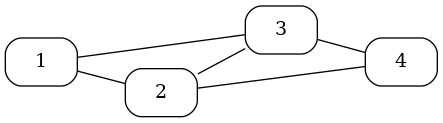
esgalimov/graph keeps this Graphviz diagram as dumps/dump.png. Above is the earlier version. Its source is kept beside it as dumps/dump.dot. Source of this version:
```dot
graph
{
  rankdir=LR;
    node_1[shape = Mrecord, label = "1"];
    node_2[shape = Mrecord, label = "2"];
    node_3[shape = Mrecord, label = "3"];
    node_4[shape = Mrecord, label = "4"];
    node_1--node_2;
    node_1--node_3;
    node_2--node_3;
    node_2--node_4;
    node_3--node_4;
}
```
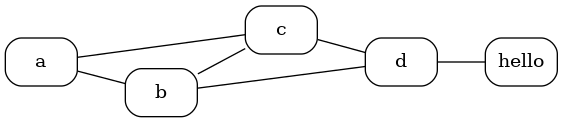
The same file after the commit.

Change to the diagram source:
```diff
@@ -1,13 +1,15 @@
 graph
 {
   rankdir=LR;
-    node_1[shape = Mrecord, label = "1"];
-    node_2[shape = Mrecord, label = "2"];
-    node_3[shape = Mrecord, label = "3"];
-    node_4[shape = Mrecord, label = "4"];
-    node_1--node_2;
-    node_1--node_3;
-    node_2--node_3;
-    node_2--node_4;
-    node_3--node_4;
+    node_a[shape = Mrecord, label = "a"];
+    node_b[shape = Mrecord, label = "b"];
+    node_c[shape = Mrecord, label = "c"];
+    node_d[shape = Mrecord, label = "d"];
+    node_hello[shape = Mrecord, label = "hello"];
+    node_a--node_b;
+    node_a--node_c;
+    node_b--node_c;
+    node_b--node_d;
+    node_c--node_d;
+    node_d--node_hello;
 }
```
